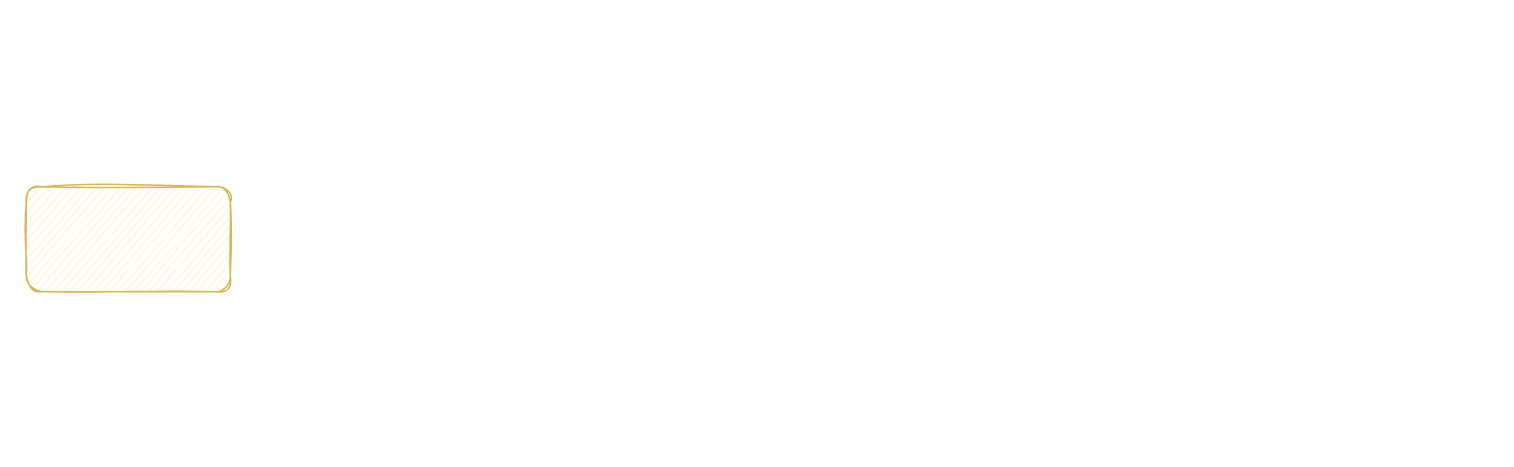
Before: 未命名绘图.drawio in LIULE8/drawio-store, a draw.io diagram. Source tidied: cells renumbered, new cells numbered last; positions are measured from the earlier drawing's top-left corner, leaving out a move shared by most shapes. Both pictures are drawn from the tidied source at 150%, with x=0, y=0 at pixel (26, 186).
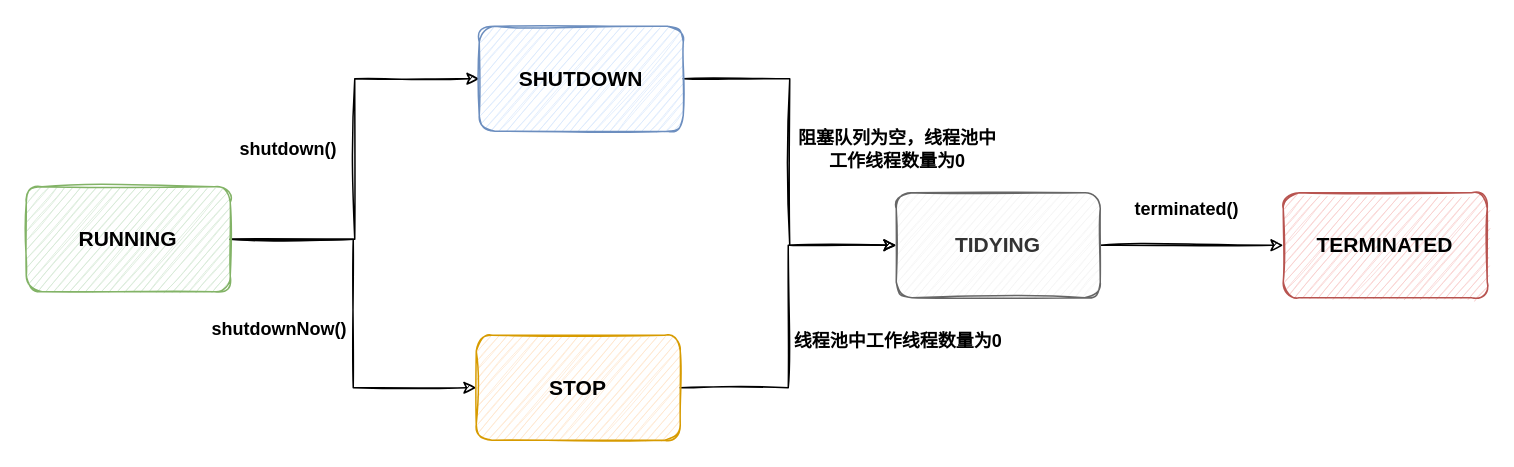
Above is the later version.

Commit message:
更新线程池生命周期转换.drawio

The edit, as a diff of the source:
```diff
@@
 <mxGraphModel>
   <root>
     <mxCell id="0" />
     <mxCell id="1" parent="0" />
+    <mxCell id="3" style="edgeStyle=orthogonalEdgeStyle;rounded=0;jettySize=auto;entryX=0;entryY=0.5;entryDx=0;entryDy=0;fontSize=14;html=1;labelBackgroundColor=default;verticalAlign=middle;sketch=1;" parent="1" edge="1" source="2" target="6">
+      <mxGeometry relative="1" as="geometry" />
+    </mxCell>
+    <mxCell id="4" style="edgeStyle=orthogonalEdgeStyle;rounded=0;jettySize=auto;html=1;entryX=0;entryY=0.5;entryDx=0;entryDy=0;fontSize=14;sketch=1;" parent="1" edge="1" source="2" target="8">
+      <mxGeometry relative="1" as="geometry" />
+    </mxCell>
-    <mxCell id="2" style="rounded=1;whiteSpace=wrap;html=1;fillColor=#fff2cc;strokeColor=#d6b656;sketch=1;" parent="1" vertex="1">
+    <mxCell id="2" value="&lt;b&gt;&lt;font style=&quot;font-size: 14px&quot;&gt;RUNNING&lt;/font&gt;&lt;/b&gt;" style="rounded=1;whiteSpace=wrap;html=1;fillColor=#d5e8d4;strokeColor=#82b366;sketch=1;" parent="1" vertex="1">
       <mxGeometry width="136" height="70" as="geometry" />
     </mxCell>
+    <mxCell id="5" style="edgeStyle=orthogonalEdgeStyle;rounded=0;jettySize=auto;html=1;entryX=0;entryY=0.5;entryDx=0;entryDy=0;fontSize=14;sketch=1;" parent="1" edge="1" source="6" target="10">
+      <mxGeometry relative="1" as="geometry" />
+    </mxCell>
+    <mxCell id="6" value="&lt;span style=&quot;font-size: 14px&quot;&gt;&lt;b&gt;SHUTDOWN&lt;/b&gt;&lt;/span&gt;" style="rounded=1;whiteSpace=wrap;html=1;fillColor=#dae8fc;strokeColor=#6c8ebf;sketch=1;" parent="1" vertex="1">
+      <mxGeometry x="302" y="-107" width="136" height="70" as="geometry" />
+    </mxCell>
+    <mxCell id="7" style="edgeStyle=orthogonalEdgeStyle;rounded=0;jettySize=auto;html=1;entryX=0;entryY=0.5;entryDx=0;entryDy=0;fontSize=14;sketch=1;" parent="1" edge="1" source="8" target="10">
+      <mxGeometry relative="1" as="geometry" />
+    </mxCell>
+    <mxCell id="8" value="&lt;span style=&quot;font-size: 14px&quot;&gt;&lt;b&gt;STOP&lt;/b&gt;&lt;/span&gt;" style="rounded=1;whiteSpace=wrap;html=1;fillColor=#ffe6cc;strokeColor=#d79b00;sketch=1;" parent="1" vertex="1">
+      <mxGeometry x="300" y="99" width="136" height="70" as="geometry" />
+    </mxCell>
+    <mxCell id="9" style="edgeStyle=orthogonalEdgeStyle;rounded=0;jettySize=auto;html=1;fontSize=14;sketch=1;" parent="1" edge="1" source="10" target="11">
+      <mxGeometry relative="1" as="geometry" />
+    </mxCell>
+    <mxCell id="10" value="&lt;span style=&quot;font-size: 14px&quot;&gt;&lt;b&gt;TIDYING&lt;/b&gt;&lt;/span&gt;" style="rounded=1;whiteSpace=wrap;html=1;fillColor=#f5f5f5;strokeColor=#666666;sketch=1;fontColor=#333333;" parent="1" vertex="1">
+      <mxGeometry x="580" y="4" width="136" height="70" as="geometry" />
+    </mxCell>
+    <mxCell id="11" value="&lt;span style=&quot;font-size: 14px&quot;&gt;&lt;b&gt;TERMINATED&lt;/b&gt;&lt;/span&gt;" style="rounded=1;whiteSpace=wrap;html=1;fillColor=#f8cecc;strokeColor=#b85450;sketch=1;" parent="1" vertex="1">
+      <mxGeometry x="838" y="4" width="136" height="70" as="geometry" />
+    </mxCell>
+    <mxCell id="12" value="&lt;b&gt;shutdown()&lt;/b&gt;" style="text;html=1;strokeColor=none;fillColor=none;align=center;verticalAlign=middle;whiteSpace=wrap;rounded=0;sketch=1;" parent="1" vertex="1">
+      <mxGeometry x="145" y="-40" width="60" height="30" as="geometry" />
+    </mxCell>
+    <mxCell id="13" value="&lt;b&gt;shutdownNow()&lt;/b&gt;" style="text;html=1;strokeColor=none;fillColor=none;align=center;verticalAlign=middle;whiteSpace=wrap;rounded=0;sketch=1;" parent="1" vertex="1">
+      <mxGeometry x="139" y="80" width="60" height="30" as="geometry" />
+    </mxCell>
+    <mxCell id="14" value="&lt;b&gt;阻塞队列为空，线程池中工作线程数量为0&lt;/b&gt;" style="text;html=1;strokeColor=none;fillColor=none;align=center;verticalAlign=middle;whiteSpace=wrap;rounded=0;sketch=1;" parent="1" vertex="1">
+      <mxGeometry x="513" y="-40" width="136" height="30" as="geometry" />
+    </mxCell>
+    <mxCell id="15" value="&lt;b&gt;线程池中工作线程数量为0&lt;/b&gt;" style="text;html=1;strokeColor=none;fillColor=none;align=center;verticalAlign=middle;whiteSpace=wrap;rounded=0;sketch=1;" parent="1" vertex="1">
+      <mxGeometry x="507.5" y="88" width="147" height="30" as="geometry" />
+    </mxCell>
+    <mxCell id="16" value="&lt;b&gt;terminated()&lt;/b&gt;" style="text;html=1;strokeColor=none;fillColor=none;align=center;verticalAlign=middle;whiteSpace=wrap;rounded=0;sketch=1;" parent="1" vertex="1">
+      <mxGeometry x="744" width="60" height="30" as="geometry" />
+    </mxCell>
   </root>
 </mxGraphModel>
```
